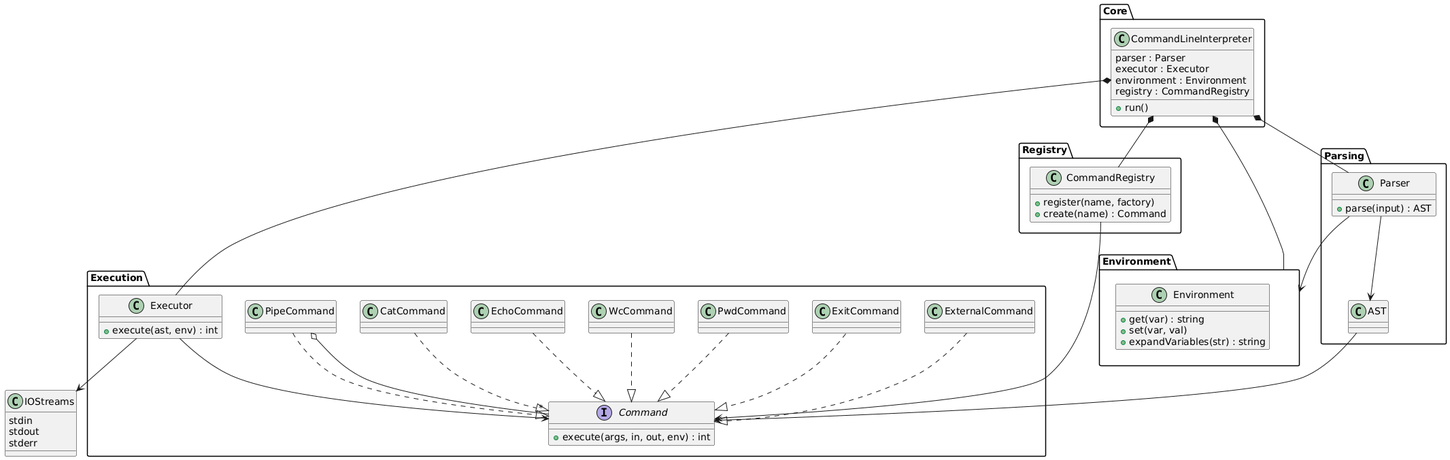
This is docs/architecture.png from eyakm1/hse_spb_2026_swe_practice_1, a PlantUML export, as it was before one commit.
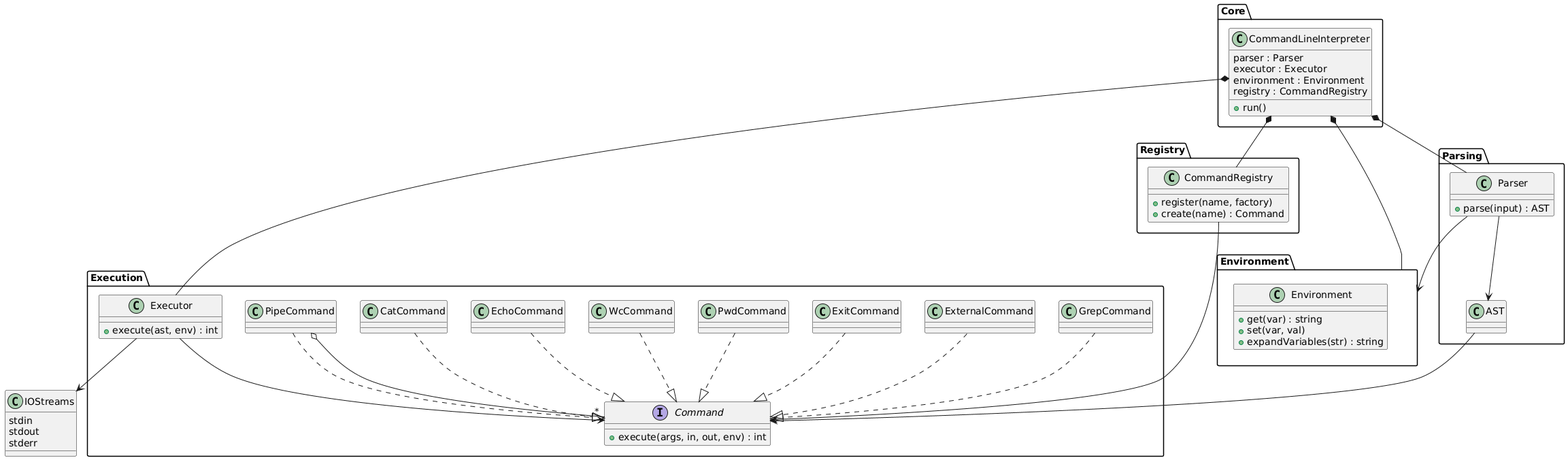
Later version of the same file.

Diff of the diagram source:
```diff
@@ -29,6 +29,7 @@
     class PwdCommand
     class ExitCommand
     class ExternalCommand
+    class GrepCommand
 }
 package "Environment" {
     class Environment {
@@ -70,6 +71,7 @@
 PwdCommand ..|> Command
 ExitCommand ..|> Command
 ExternalCommand ..|> Command
+GrepCommand ..|> Command
 
 PipeCommand o-- "*" Command
 @enduml
```
